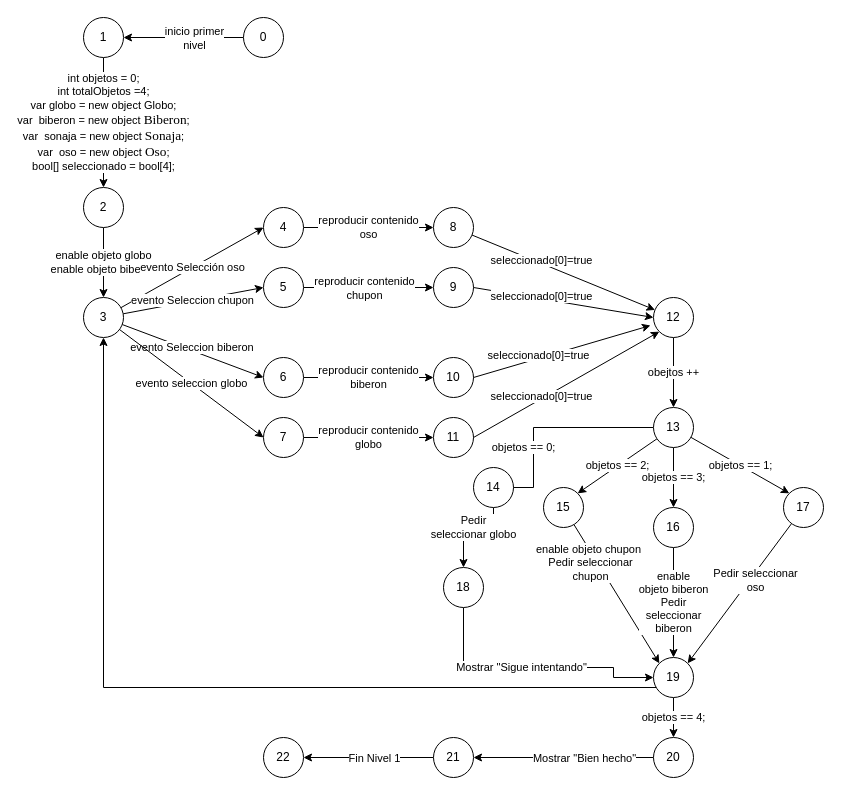
Before: Automata/Automata algoritmo.drawio in DianaHFer/Proyecto-IA, a draw.io diagram. Source tidied: cells renumbered, new cells numbered last; positions are measured from the earlier drawing's top-left corner, leaving out a move shared by most shapes. Both pictures are drawn from the tidied source at 100%, with x=0, y=0 at pixel (83, 17).
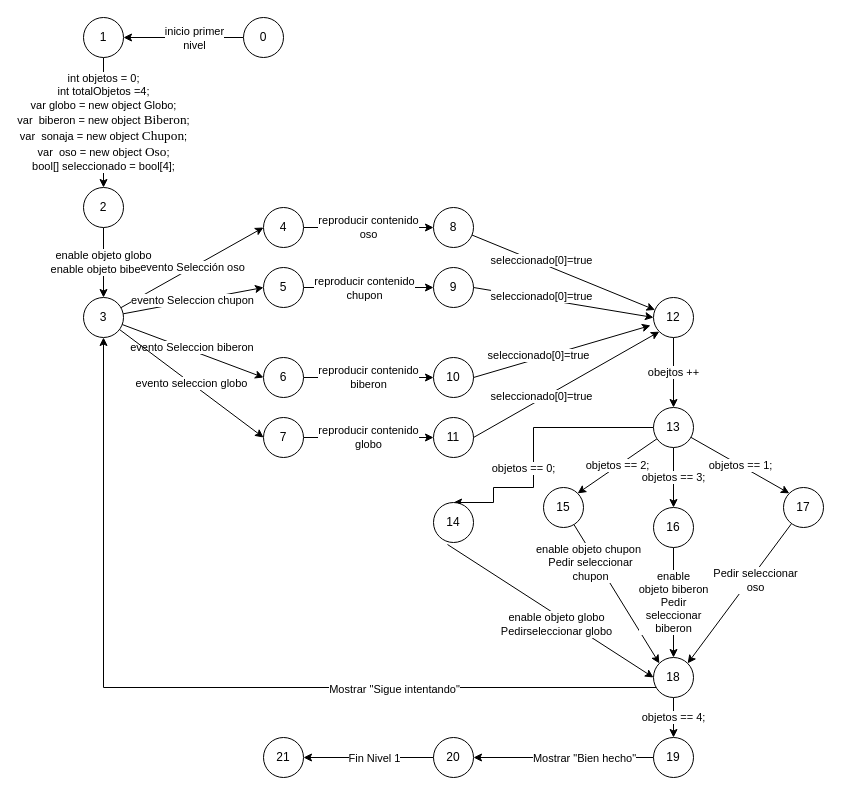
The same diagram, later.

Unchanged cells that the change refers to:
```xml
<mxCell id="3" value="1" style="ellipse;whiteSpace=wrap;html=1;" parent="1" vertex="1">
  <mxGeometry width="40" height="40" as="geometry" />
</mxCell>
<mxCell id="5" value="2" style="ellipse;whiteSpace=wrap;html=1;" parent="1" vertex="1">
  <mxGeometry y="170" width="40" height="40" as="geometry" />
</mxCell>
<mxCell id="33" style="edgeStyle=orthogonalEdgeStyle;rounded=0;jettySize=auto;html=1;entryX=0.5;entryY=1;entryDx=0;entryDy=0;" parent="1" edge="1" source="34" target="10">
  <mxGeometry relative="1" as="geometry">
    <Array as="points">
      <mxPoint x="20" y="670" />
    </Array>
  </mxGeometry>
</mxCell>
```

What changed in the source:
```diff
@@
-    <mxCell id="2" value="int objetos = 0;&lt;br&gt;int totalObjetos =4;&lt;br&gt;var globo = new object Globo;&lt;br&gt;var&amp;nbsp; biberon = new object&amp;nbsp;&lt;span id=&quot;docs-internal-guid-bed3e04a-7fff-10f9-2f48-ff0e256e0e4b&quot;&gt;&lt;span style=&quot;font-size: 10pt ; font-family: &amp;#34;times&amp;#34; , serif ; background-color: transparent ; vertical-align: baseline&quot;&gt;Biberon&lt;/span&gt;&lt;/span&gt;;&lt;br&gt;var&amp;nbsp; sonaja = new object&amp;nbsp;&lt;span id=&quot;docs-internal-guid-bed3e04a-7fff-10f9-2f48-ff0e256e0e4b&quot;&gt;&lt;span style=&quot;font-size: 10pt ; font-family: &amp;#34;times&amp;#34; , serif ; background-color: transparent ; vertical-align: baseline&quot;&gt;Sonaja&lt;/span&gt;&lt;/span&gt;;&lt;br&gt;var&amp;nbsp; oso = new object&amp;nbsp;&lt;span id=&quot;docs-internal-guid-bed3e04a-7fff-10f9-2f48-ff0e256e0e4b&quot;&gt;&lt;span style=&quot;font-size: 10pt ; font-family: &amp;#34;times&amp;#34; , serif ; background-color: transparent ; vertical-align: baseline&quot;&gt;Oso&lt;/span&gt;&lt;/span&gt;;&lt;br&gt;bool[] seleccionado = bool[4];" style="edgeStyle=orthogonalEdgeStyle;rounded=0;jettySize=auto;html=1;entryX=0.5;entryY=0;entryDx=0;entryDy=0;" parent="1" edge="1" source="3" target="5">
+    <mxCell id="2" value="int objetos = 0;&lt;br&gt;int totalObjetos =4;&lt;br&gt;var globo = new object Globo;&lt;br&gt;var&amp;nbsp; biberon = new object&amp;nbsp;&lt;span id=&quot;docs-internal-guid-bed3e04a-7fff-10f9-2f48-ff0e256e0e4b&quot;&gt;&lt;span style=&quot;font-size: 10pt ; font-family: &amp;#34;times&amp;#34; , serif ; background-color: transparent ; vertical-align: baseline&quot;&gt;Biberon&lt;/span&gt;&lt;/span&gt;;&lt;br&gt;var&amp;nbsp; sonaja = new object &lt;font face=&quot;times, serif&quot;&gt;&lt;span style=&quot;font-size: 13.3333px&quot;&gt;Chupon&lt;/span&gt;&lt;/font&gt;;&lt;br&gt;var&amp;nbsp; oso = new object&amp;nbsp;&lt;span id=&quot;docs-internal-guid-bed3e04a-7fff-10f9-2f48-ff0e256e0e4b&quot;&gt;&lt;span style=&quot;font-size: 10pt ; font-family: &amp;#34;times&amp;#34; , serif ; background-color: transparent ; vertical-align: baseline&quot;&gt;Oso&lt;/span&gt;&lt;/span&gt;;&lt;br&gt;bool[] seleccionado = bool[4];" style="edgeStyle=orthogonalEdgeStyle;rounded=0;jettySize=auto;html=1;entryX=0.5;entryY=0;entryDx=0;entryDy=0;" parent="1" edge="1" source="3" target="5">
       <mxGeometry relative="1" as="geometry" />
     </mxCell>
@@
+    <mxCell id="59" value="&lt;font style=&quot;font-size: 11px&quot;&gt;Mostrar &quot;Sigue intentando&quot;&lt;/font&gt;" style="edgeLabel;html=1;align=center;verticalAlign=middle;" parent="33" vertex="1">
+      <mxGeometry x="-0.42" y="1" relative="1" as="geometry" />
+    </mxCell>
-    <mxCell id="34" value="19" style="ellipse;whiteSpace=wrap;html=1;" parent="1" vertex="1">
+    <mxCell id="34" value="18" style="ellipse;whiteSpace=wrap;html=1;" parent="1" vertex="1">
       <mxGeometry x="570" y="640" width="40" height="40" as="geometry" />
     </mxCell>
@@
-    <mxCell id="47" value="20" style="ellipse;whiteSpace=wrap;html=1;" parent="1" vertex="1">
+    <mxCell id="47" value="19" style="ellipse;whiteSpace=wrap;html=1;" parent="1" vertex="1">
       <mxGeometry x="570" y="720" width="40" height="40" as="geometry" />
     </mxCell>
@@
-    <mxCell id="57" value="Pedir&lt;br&gt;seleccionar globo" style="edgeStyle=orthogonalEdgeStyle;rounded=0;jettySize=auto;html=1;entryX=0.5;entryY=0;entryDx=0;entryDy=0;" parent="1" edge="1" source="58" target="60">
-      <mxGeometry x="0.11" y="-10" relative="1" as="geometry" />
-    </mxCell>
     <mxCell id="58" value="14" style="ellipse;whiteSpace=wrap;html=1;" parent="1" vertex="1">
-      <mxGeometry x="390" y="450" width="40" height="40" as="geometry" />
+      <mxGeometry x="350" y="485" width="40" height="40" as="geometry" />
     </mxCell>
-    <mxCell id="59" value="Mostrar &quot;Sigue intentando&quot;" style="edgeStyle=orthogonalEdgeStyle;rounded=0;jettySize=auto;html=1;entryX=0;entryY=0.5;entryDx=0;entryDy=0;" parent="1" edge="1" source="60" target="34">
-      <mxGeometry x="-0.09" relative="1" as="geometry">
-        <Array as="points">
-          <mxPoint x="380" y="650" />
-          <mxPoint x="530" y="650" />
-          <mxPoint x="530" y="660" />
-        </Array>
-      </mxGeometry>
-    </mxCell>
-    <mxCell id="60" value="18" style="ellipse;whiteSpace=wrap;html=1;" parent="1" vertex="1">
-      <mxGeometry x="360" y="550" width="40" height="40" as="geometry" />
-    </mxCell>
@@
-    <mxCell id="63" value="21" style="ellipse;whiteSpace=wrap;html=1;" parent="1" vertex="1">
+    <mxCell id="63" value="20" style="ellipse;whiteSpace=wrap;html=1;" parent="1" vertex="1">
       <mxGeometry x="350" y="720" width="40" height="40" as="geometry" />
     </mxCell>
-    <mxCell id="64" value="22" style="ellipse;whiteSpace=wrap;html=1;" parent="1" vertex="1">
+    <mxCell id="64" value="21" style="ellipse;whiteSpace=wrap;html=1;" parent="1" vertex="1">
       <mxGeometry x="180" y="720" width="40" height="40" as="geometry" />
     </mxCell>
+    <mxCell id="65" value="&lt;font style=&quot;font-size: 11px&quot;&gt;enable objeto globo&lt;br&gt;Pedirseleccionar globo&lt;/font&gt;" style="edgeStyle=none;rounded=0;jettySize=auto;html=1;exitX=0.35;exitY=1.05;exitDx=0;exitDy=0;exitPerimeter=0;entryX=0;entryY=0.5;entryDx=0;entryDy=0;" parent="1" edge="1" source="58" target="34">
+      <mxGeometry x="0.1" y="-8" relative="1" as="geometry" />
+    </mxCell>
```
